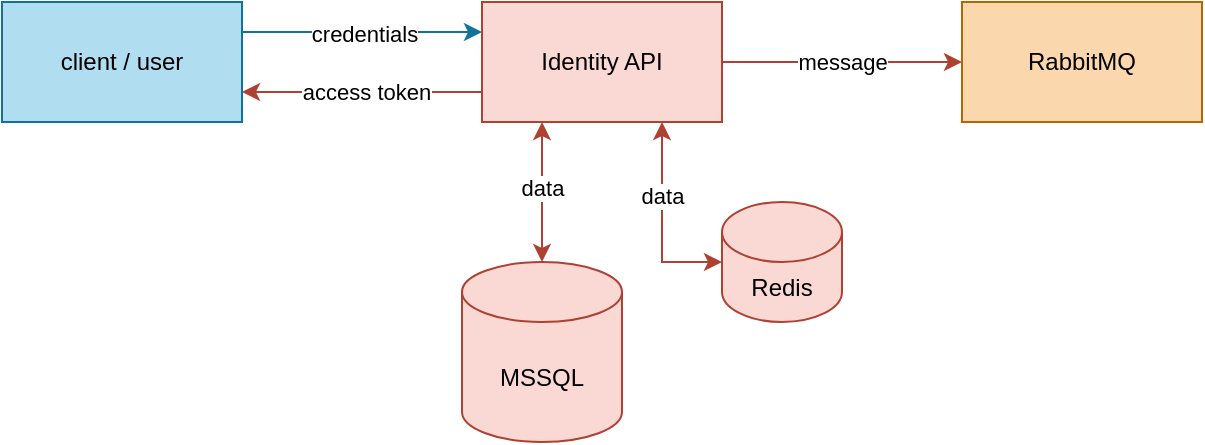
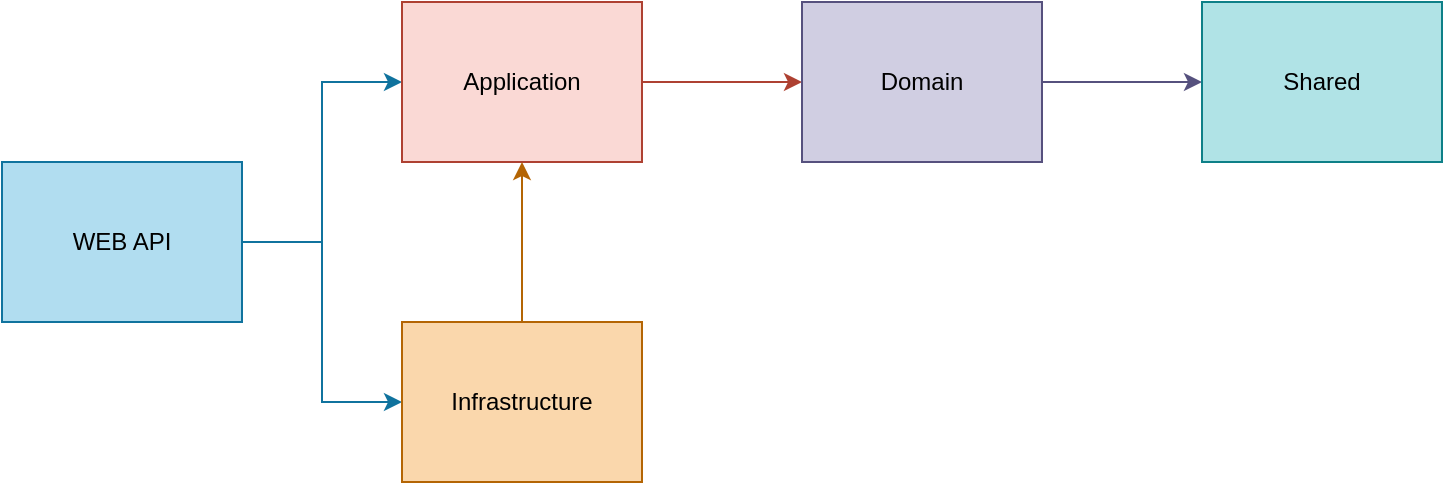
- <mxfile host="app.diagrams.net" agent="Mozilla/5.0 (Windows NT 10.0; Win64; x64; rv:147.0) Gecko/20100101 Firefox/147.0">
-   <diagram name="Page-1" id="YERAr8GsgPKBIJDpgwTV">
-     <mxGraphModel dx="1414" dy="751" grid="1" gridSize="10" guides="1" tooltips="1" connect="1" arrows="1" fold="1" page="1" pageScale="1" pageWidth="2000" pageHeight="2000" background="none" math="0" shadow="0">
+ <mxfile host="app.diagrams.net" agent="Mozilla/5.0 (Windows NT 10.0; Win64; x64; rv:150.0) Gecko/20100101 Firefox/150.0">
+   <diagram name="Page-1" id="GXAaTJ-KjCMqMk_lmfSD">
+     <mxGraphModel dx="1414" dy="751" grid="1" gridSize="10" guides="1" tooltips="1" connect="1" arrows="1" fold="1" page="1" pageScale="1" pageWidth="2000" pageHeight="2000" math="0" shadow="0">
      <root>
        <mxCell id="0" />
        <mxCell id="1" parent="0" />
-         <mxCell id="2hW7fFKVQDX4X5Vv7pmV-5" edge="1" parent="1" source="2hW7fFKVQDX4X5Vv7pmV-12" style="rounded=0;orthogonalLoop=1;jettySize=auto;html=1;entryX=0;entryY=0.25;entryDx=0;entryDy=0;exitX=1;exitY=0.25;exitDx=0;exitDy=0;fillColor=#b1ddf0;strokeColor=#10739e;" target="2hW7fFKVQDX4X5Vv7pmV-4" value="">
-           <mxGeometry relative="1" as="geometry">
-             <mxPoint x="270.00427124746193" y="41.7157287525381" as="sourcePoint" />
-           </mxGeometry>
-         </mxCell>
-         <mxCell id="2hW7fFKVQDX4X5Vv7pmV-8" connectable="0" parent="2hW7fFKVQDX4X5Vv7pmV-5" style="edgeLabel;html=1;align=center;verticalAlign=middle;resizable=0;points=[];" value="credentials" vertex="1">
-           <mxGeometry relative="1" x="0.0082" y="-1" as="geometry">
-             <mxPoint as="offset" />
-           </mxGeometry>
-         </mxCell>
-         <mxCell id="2hW7fFKVQDX4X5Vv7pmV-9" edge="1" parent="1" source="2hW7fFKVQDX4X5Vv7pmV-4" style="rounded=0;orthogonalLoop=1;jettySize=auto;html=1;exitX=0;exitY=0.75;exitDx=0;exitDy=0;entryX=1;entryY=0.75;entryDx=0;entryDy=0;fillColor=#fad9d5;strokeColor=#ae4132;" target="2hW7fFKVQDX4X5Vv7pmV-12">
-           <mxGeometry relative="1" as="geometry">
-             <mxPoint x="270.00427124746193" y="98.2842712474619" as="targetPoint" />
-           </mxGeometry>
-         </mxCell>
-         <mxCell id="2hW7fFKVQDX4X5Vv7pmV-13" connectable="0" parent="2hW7fFKVQDX4X5Vv7pmV-9" style="edgeLabel;html=1;align=center;verticalAlign=middle;resizable=0;points=[];" value="access token" vertex="1">
-           <mxGeometry relative="1" x="-0.0325" as="geometry">
-             <mxPoint as="offset" />
-           </mxGeometry>
-         </mxCell>
-         <mxCell id="2hW7fFKVQDX4X5Vv7pmV-15" edge="1" parent="1" source="2hW7fFKVQDX4X5Vv7pmV-4" style="edgeStyle=orthogonalEdgeStyle;rounded=0;orthogonalLoop=1;jettySize=auto;html=1;entryX=0;entryY=0.5;entryDx=0;entryDy=0;fillColor=#fad9d5;strokeColor=#ae4132;" target="2hW7fFKVQDX4X5Vv7pmV-16" value="">
-           <mxGeometry relative="1" as="geometry">
-             <mxPoint x="500" y="70" as="targetPoint" />
-           </mxGeometry>
-         </mxCell>
-         <mxCell id="2hW7fFKVQDX4X5Vv7pmV-17" connectable="0" parent="2hW7fFKVQDX4X5Vv7pmV-15" style="edgeLabel;html=1;align=center;verticalAlign=middle;resizable=0;points=[];" value="message" vertex="1">
-           <mxGeometry relative="1" x="-0.008" as="geometry">
-             <mxPoint as="offset" />
-           </mxGeometry>
-         </mxCell>
-         <mxCell id="2hW7fFKVQDX4X5Vv7pmV-18" edge="1" parent="1" source="2hW7fFKVQDX4X5Vv7pmV-4" style="edgeStyle=orthogonalEdgeStyle;rounded=0;orthogonalLoop=1;jettySize=auto;html=1;exitX=0.25;exitY=1;exitDx=0;exitDy=0;fillColor=#fad9d5;strokeColor=#ae4132;startArrow=classic;startFill=1;entryX=0.5;entryY=0;entryDx=0;entryDy=0;entryPerimeter=0;" target="2hW7fFKVQDX4X5Vv7pmV-19">
-           <mxGeometry relative="1" as="geometry">
-             <mxPoint x="310" y="170" as="targetPoint" />
-           </mxGeometry>
-         </mxCell>
-         <mxCell id="2hW7fFKVQDX4X5Vv7pmV-23" connectable="0" parent="2hW7fFKVQDX4X5Vv7pmV-18" style="edgeLabel;html=1;align=center;verticalAlign=middle;resizable=0;points=[];" value="data" vertex="1">
-           <mxGeometry relative="1" x="-0.072" as="geometry">
-             <mxPoint as="offset" />
-           </mxGeometry>
-         </mxCell>
-         <mxCell id="2hW7fFKVQDX4X5Vv7pmV-4" parent="1" style="whiteSpace=wrap;html=1;fillColor=#fad9d5;strokeColor=#ae4132;" value="Identity API" vertex="1">
-           <mxGeometry height="60" width="120" x="280" y="40" as="geometry" />
-         </mxCell>
-         <mxCell id="2hW7fFKVQDX4X5Vv7pmV-12" parent="1" style="rounded=0;whiteSpace=wrap;html=1;fillColor=#b1ddf0;strokeColor=#10739e;" value="client / user" vertex="1">
-           <mxGeometry height="60" width="120" x="40" y="40" as="geometry" />
-         </mxCell>
-         <mxCell id="2hW7fFKVQDX4X5Vv7pmV-16" parent="1" style="rounded=0;whiteSpace=wrap;html=1;fillColor=#fad7ac;strokeColor=#b46504;" value="RabbitMQ" vertex="1">
-           <mxGeometry height="60" width="120" x="520" y="40" as="geometry" />
-         </mxCell>
-         <mxCell id="2hW7fFKVQDX4X5Vv7pmV-19" parent="1" style="shape=cylinder3;whiteSpace=wrap;html=1;boundedLbl=1;backgroundOutline=1;size=15;fillColor=#fad9d5;strokeColor=#ae4132;" value="MSSQL" vertex="1">
-           <mxGeometry height="90" width="80" x="270" y="170" as="geometry" />
-         </mxCell>
-         <mxCell id="2hW7fFKVQDX4X5Vv7pmV-21" parent="1" style="shape=cylinder3;whiteSpace=wrap;html=1;boundedLbl=1;backgroundOutline=1;size=15;fillColor=#fad9d5;strokeColor=#ae4132;" value="Redis" vertex="1">
-           <mxGeometry height="60" width="60" x="400" y="140" as="geometry" />
-         </mxCell>
-         <mxCell id="2hW7fFKVQDX4X5Vv7pmV-22" edge="1" parent="1" source="2hW7fFKVQDX4X5Vv7pmV-4" style="edgeStyle=orthogonalEdgeStyle;rounded=0;orthogonalLoop=1;jettySize=auto;html=1;exitX=0.75;exitY=1;exitDx=0;exitDy=0;entryX=0;entryY=0.5;entryDx=0;entryDy=0;entryPerimeter=0;fillColor=#fad9d5;strokeColor=#ae4132;startArrow=classic;startFill=1;" target="2hW7fFKVQDX4X5Vv7pmV-21">
+         <mxCell id="tfVPCuFNVocGj2-BO_lw-7" edge="1" parent="1" source="tfVPCuFNVocGj2-BO_lw-1" style="edgeStyle=orthogonalEdgeStyle;rounded=0;orthogonalLoop=1;jettySize=auto;html=1;entryX=0;entryY=0.5;entryDx=0;entryDy=0;fillColor=#b1ddf0;strokeColor=#10739e;" target="tfVPCuFNVocGj2-BO_lw-2">
          <mxGeometry relative="1" as="geometry" />
        </mxCell>
-         <mxCell id="2hW7fFKVQDX4X5Vv7pmV-25" connectable="0" parent="2hW7fFKVQDX4X5Vv7pmV-22" style="edgeLabel;html=1;align=center;verticalAlign=middle;resizable=0;points=[];" value="data" vertex="1">
-           <mxGeometry relative="1" x="-0.2622" as="geometry">
-             <mxPoint as="offset" />
-           </mxGeometry>
+         <mxCell id="tfVPCuFNVocGj2-BO_lw-8" edge="1" parent="1" source="tfVPCuFNVocGj2-BO_lw-1" style="edgeStyle=orthogonalEdgeStyle;rounded=0;orthogonalLoop=1;jettySize=auto;html=1;entryX=0;entryY=0.5;entryDx=0;entryDy=0;fillColor=#b1ddf0;strokeColor=#10739e;" target="tfVPCuFNVocGj2-BO_lw-5">
+           <mxGeometry relative="1" as="geometry" />
+         </mxCell>
+         <mxCell id="tfVPCuFNVocGj2-BO_lw-1" parent="1" style="rounded=0;whiteSpace=wrap;html=1;fillColor=#b1ddf0;strokeColor=#10739e;" value="WEB API" vertex="1">
+           <mxGeometry height="80" width="120" x="40" y="120" as="geometry" />
+         </mxCell>
+         <mxCell id="tfVPCuFNVocGj2-BO_lw-10" edge="1" parent="1" source="tfVPCuFNVocGj2-BO_lw-2" style="edgeStyle=orthogonalEdgeStyle;rounded=0;orthogonalLoop=1;jettySize=auto;html=1;entryX=0;entryY=0.5;entryDx=0;entryDy=0;fillColor=#fad9d5;strokeColor=#ae4132;" target="tfVPCuFNVocGj2-BO_lw-3">
+           <mxGeometry relative="1" as="geometry" />
+         </mxCell>
+         <mxCell id="tfVPCuFNVocGj2-BO_lw-2" parent="1" style="rounded=0;whiteSpace=wrap;html=1;fillColor=#fad9d5;strokeColor=#ae4132;" value="Application" vertex="1">
+           <mxGeometry height="80" width="120" x="240" y="40" as="geometry" />
+         </mxCell>
+         <mxCell id="tfVPCuFNVocGj2-BO_lw-11" edge="1" parent="1" source="tfVPCuFNVocGj2-BO_lw-3" style="edgeStyle=orthogonalEdgeStyle;rounded=0;orthogonalLoop=1;jettySize=auto;html=1;entryX=0;entryY=0.5;entryDx=0;entryDy=0;fillColor=#d0cee2;strokeColor=#56517e;" target="tfVPCuFNVocGj2-BO_lw-4">
+           <mxGeometry relative="1" as="geometry" />
+         </mxCell>
+         <mxCell id="tfVPCuFNVocGj2-BO_lw-3" parent="1" style="rounded=0;whiteSpace=wrap;html=1;fillColor=#d0cee2;strokeColor=#56517e;" value="Domain" vertex="1">
+           <mxGeometry height="80" width="120" x="440" y="40" as="geometry" />
+         </mxCell>
+         <mxCell id="tfVPCuFNVocGj2-BO_lw-4" parent="1" style="rounded=0;whiteSpace=wrap;html=1;fillColor=#b0e3e6;strokeColor=#0e8088;" value="Shared" vertex="1">
+           <mxGeometry height="80" width="120" x="640" y="40" as="geometry" />
+         </mxCell>
+         <mxCell id="tfVPCuFNVocGj2-BO_lw-9" edge="1" parent="1" source="tfVPCuFNVocGj2-BO_lw-5" style="edgeStyle=orthogonalEdgeStyle;rounded=0;orthogonalLoop=1;jettySize=auto;html=1;exitX=0.5;exitY=0;exitDx=0;exitDy=0;entryX=0.5;entryY=1;entryDx=0;entryDy=0;fillColor=#fad7ac;strokeColor=#b46504;" target="tfVPCuFNVocGj2-BO_lw-2">
+           <mxGeometry relative="1" as="geometry" />
+         </mxCell>
+         <mxCell id="tfVPCuFNVocGj2-BO_lw-5" parent="1" style="rounded=0;whiteSpace=wrap;html=1;fillColor=#fad7ac;strokeColor=#b46504;" value="Infrastructure" vertex="1">
+           <mxGeometry height="80" width="120" x="240" y="200" as="geometry" />
        </mxCell>
      </root>
    </mxGraphModel>
  </diagram>
</mxfile>
